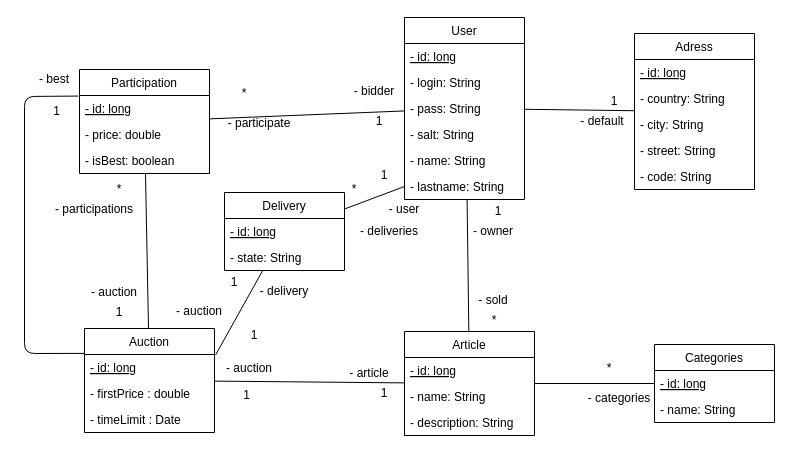
Above: doc/conception/persistence.drawio in Reynault/Auction-JEE (draw.io), before the change. Source tidied: cells renumbered, new cells numbered last; positions are measured from the earlier drawing's top-left corner, leaving out a move shared by most shapes. Both pictures are drawn from the tidied source at 100%, with x=0, y=0 at pixel (24, 17).
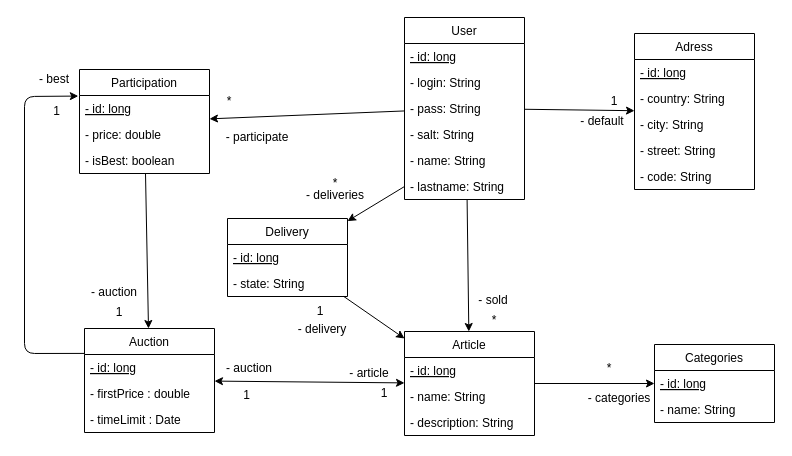
The same page after the edit.

Unchanged cells that the change refers to:
```xml
<mxCell id="41" value="User" style="swimlane;fontStyle=0;horizontal=1;startSize=26;fillColor=none;" parent="1" vertex="1">
  <mxGeometry x="380" width="120" height="182" as="geometry" />
</mxCell>
<mxCell id="47" value="- lastname: String" style="text;strokeColor=none;fillColor=none;align=left;verticalAlign=top;spacingLeft=4;spacingRight=4;overflow=hidden;points=[[0,0.5],[1,0.5]];portConstraint=eastwest;" parent="41" vertex="1">
  <mxGeometry y="156" width="120" height="26" as="geometry" />
</mxCell>
<mxCell id="51" value="Article" style="swimlane;fontStyle=0;horizontal=1;startSize=26;fillColor=none;" parent="1" vertex="1">
  <mxGeometry x="380" y="314" width="130" height="104" as="geometry" />
</mxCell>
<mxCell id="55" value="Adress" style="swimlane;fontStyle=0;horizontal=1;startSize=26;fillColor=none;" parent="1" vertex="1">
  <mxGeometry x="610" y="16" width="120" height="156" as="geometry" />
</mxCell>
<mxCell id="61" value="Categories" style="swimlane;fontStyle=0;horizontal=1;startSize=26;fillColor=none;" parent="1" vertex="1">
  <mxGeometry x="630" y="327" width="120" height="78" as="geometry" />
</mxCell>
<mxCell id="64" value="Auction" style="swimlane;fontStyle=0;horizontal=1;startSize=26;fillColor=none;" parent="1" vertex="1">
  <mxGeometry x="60" y="311" width="130" height="104" as="geometry" />
</mxCell>
<mxCell id="65" value="- id: long" style="text;strokeColor=none;fillColor=none;align=left;verticalAlign=top;spacingLeft=4;spacingRight=4;overflow=hidden;points=[[0,0.5],[1,0.5]];portConstraint=eastwest;fontStyle=4;" parent="64" vertex="1">
  <mxGeometry y="26" width="130" height="26" as="geometry" />
</mxCell>
<mxCell id="68" value="Participation" style="swimlane;fontStyle=0;horizontal=1;startSize=26;fillColor=none;" parent="1" vertex="1">
  <mxGeometry x="55" y="52" width="130" height="104" as="geometry" />
</mxCell>
<mxCell id="69" value="- id: long" style="text;strokeColor=none;fillColor=none;align=left;verticalAlign=top;spacingLeft=4;spacingRight=4;overflow=hidden;points=[[0,0.5],[1,0.5]];portConstraint=eastwest;fontStyle=4;" parent="68" vertex="1">
  <mxGeometry y="26" width="130" height="26" as="geometry" />
</mxCell>
```

The edit, as a diff of the source:
```diff
@@
-    <mxCell id="2" style="endArrow=none;html=1;endFill=0;" parent="1" edge="1" source="41" target="55">
+    <mxCell id="2" style="endArrow=classic;html=1;endFill=1;startArrow=none;startFill=0;" parent="1" edge="1" source="41" target="55">
       <mxGeometry relative="1" as="geometry" />
     </mxCell>
-    <mxCell id="3" style="endArrow=none;html=1;endFill=0;exitX=0.33;exitY=1;exitDx=0;exitDy=0;exitPerimeter=0;" parent="1" edge="1" target="51">
+    <mxCell id="3" style="endArrow=classic;html=1;endFill=1;exitX=0.33;exitY=1;exitDx=0;exitDy=0;exitPerimeter=0;startArrow=none;startFill=0;" parent="1" edge="1" target="51">
       <mxGeometry relative="1" as="geometry">
         <mxPoint x="442.6" y="182" as="sourcePoint" />
       </mxGeometry>
     </mxCell>
-    <mxCell id="4" style="endArrow=none;html=1;exitX=1.008;exitY=0.02;exitDx=0;exitDy=0;exitPerimeter=0;" parent="1" edge="1" source="65" target="48">
-      <mxGeometry relative="1" as="geometry" />
-    </mxCell>
-    <mxCell id="5" style="endArrow=none;html=1;startArrow=none;startFill=0;exitX=0;exitY=0.5;exitDx=0;exitDy=0;" parent="1" edge="1" source="47" target="48">
+    <mxCell id="5" style="endArrow=classic;html=1;startArrow=none;startFill=0;exitX=0;exitY=0.5;exitDx=0;exitDy=0;endFill=1;" parent="1" edge="1" source="47" target="48">
       <mxGeometry relative="1" as="geometry" />
     </mxCell>
@@
     <mxCell id="8" value="*" style="text;html=1;strokeColor=none;fillColor=none;align=center;verticalAlign=middle;whiteSpace=wrap;rounded=0;" parent="1" vertex="1">
-      <mxGeometry x="310" y="162" width="40" height="20" as="geometry" />
+      <mxGeometry x="291" y="156" width="40" height="20" as="geometry" />
     </mxCell>
-    <mxCell id="9" value="1" style="text;html=1;strokeColor=none;fillColor=none;align=center;verticalAlign=middle;whiteSpace=wrap;rounded=0;" parent="1" vertex="1">
-      <mxGeometry x="190" y="258" width="40" height="14" as="geometry" />
-    </mxCell>
@@
-    <mxCell id="11" value="1" style="text;html=1;strokeColor=none;fillColor=none;align=center;verticalAlign=middle;whiteSpace=wrap;rounded=0;" parent="1" vertex="1">
-      <mxGeometry x="454" y="184" width="40" height="20" as="geometry" />
-    </mxCell>
-    <mxCell id="12" value="1" style="text;html=1;strokeColor=none;fillColor=none;align=center;verticalAlign=middle;whiteSpace=wrap;rounded=0;" parent="1" vertex="1">
-      <mxGeometry x="340" y="148" width="40" height="20" as="geometry" />
-    </mxCell>
-    <mxCell id="13" style="endArrow=none;html=1;" parent="1" edge="1" source="61" target="51">
+    <mxCell id="13" style="endArrow=none;html=1;endFill=0;startArrow=classic;startFill=1;" parent="1" edge="1" source="61" target="51">
       <mxGeometry relative="1" as="geometry" />
     </mxCell>
@@
-    <mxCell id="16" value="- delivery" style="text;html=1;strokeColor=none;fillColor=none;align=center;verticalAlign=middle;whiteSpace=wrap;rounded=0;" parent="1" vertex="1">
-      <mxGeometry x="225" y="264" width="70" height="20" as="geometry" />
-    </mxCell>
     <mxCell id="17" value="- deliveries" style="text;html=1;strokeColor=none;fillColor=none;align=center;verticalAlign=middle;whiteSpace=wrap;rounded=0;" parent="1" vertex="1">
-      <mxGeometry x="330" y="204" width="70" height="20" as="geometry" />
+      <mxGeometry x="276" y="168" width="70" height="20" as="geometry" />
     </mxCell>
-    <mxCell id="18" value="- user" style="text;html=1;strokeColor=none;fillColor=none;align=center;verticalAlign=middle;whiteSpace=wrap;rounded=0;" parent="1" vertex="1">
-      <mxGeometry x="360" y="182" width="40" height="20" as="geometry" />
-    </mxCell>
@@
-    <mxCell id="20" value="- owner" style="text;html=1;strokeColor=none;fillColor=none;align=center;verticalAlign=middle;whiteSpace=wrap;rounded=0;" parent="1" vertex="1">
-      <mxGeometry x="444" y="204" width="50" height="20" as="geometry" />
-    </mxCell>
-    <mxCell id="21" style="endArrow=none;html=1;endFill=0;" parent="1" edge="1" source="41" target="68">
+    <mxCell id="21" style="endArrow=classic;html=1;endFill=1;startArrow=none;startFill=0;" parent="1" edge="1" source="41" target="68">
       <mxGeometry relative="1" as="geometry" />
     </mxCell>
-    <mxCell id="22" style="endArrow=none;html=1;endFill=0;" parent="1" edge="1" source="64" target="68">
+    <mxCell id="22" style="endArrow=none;html=1;endFill=0;startArrow=classic;startFill=1;" parent="1" edge="1" source="64" target="68">
       <mxGeometry relative="1" as="geometry" />
     </mxCell>
-    <mxCell id="23" value="1" style="text;html=1;strokeColor=none;fillColor=none;align=center;verticalAlign=middle;whiteSpace=wrap;rounded=0;" parent="1" vertex="1">
-      <mxGeometry x="335" y="94" width="40" height="20" as="geometry" />
-    </mxCell>
-    <mxCell id="24" value="- bidder" style="text;html=1;strokeColor=none;fillColor=none;align=center;verticalAlign=middle;whiteSpace=wrap;rounded=0;" parent="1" vertex="1">
-      <mxGeometry x="325" y="64" width="50" height="20" as="geometry" />
-    </mxCell>
@@
-    <mxCell id="26" value="- auction" style="text;html=1;strokeColor=none;fillColor=none;align=center;verticalAlign=middle;whiteSpace=wrap;rounded=0;" parent="1" vertex="1">
-      <mxGeometry x="150" y="284" width="50" height="20" as="geometry" />
-    </mxCell>
-    <mxCell id="27" value="*" style="text;html=1;strokeColor=none;fillColor=none;align=center;verticalAlign=middle;whiteSpace=wrap;rounded=0;" parent="1" vertex="1">
-      <mxGeometry x="75" y="162" width="40" height="20" as="geometry" />
-    </mxCell>
-    <mxCell id="28" value="- participations" style="text;html=1;strokeColor=none;fillColor=none;align=center;verticalAlign=middle;whiteSpace=wrap;rounded=0;" parent="1" vertex="1">
-      <mxGeometry x="25" y="182" width="90" height="20" as="geometry" />
-    </mxCell>
-    <mxCell id="29" style="endArrow=none;html=1;endFill=0;exitX=-0.001;exitY=-0.042;exitDx=0;exitDy=0;exitPerimeter=0;entryX=-0.009;entryY=0.022;entryDx=0;entryDy=0;entryPerimeter=0;" parent="1" edge="1" source="65" target="69">
+    <mxCell id="29" style="endArrow=classic;html=1;endFill=1;exitX=-0.001;exitY=-0.042;exitDx=0;exitDy=0;exitPerimeter=0;entryX=-0.009;entryY=0.022;entryDx=0;entryDy=0;entryPerimeter=0;startArrow=none;startFill=0;" parent="1" edge="1" source="65" target="69">
       <mxGeometry relative="1" as="geometry">
         <Array as="points">
           <mxPoint y="336" />
           <mxPoint y="79" />
         </Array>
       </mxGeometry>
     </mxCell>
@@
     <mxCell id="32" value="*" style="text;html=1;strokeColor=none;fillColor=none;align=center;verticalAlign=middle;whiteSpace=wrap;rounded=0;" parent="1" vertex="1">
-      <mxGeometry x="200" y="66" width="40" height="20" as="geometry" />
+      <mxGeometry x="185" y="74" width="40" height="20" as="geometry" />
     </mxCell>
     <mxCell id="33" value="- participate" style="text;html=1;strokeColor=none;fillColor=none;align=center;verticalAlign=middle;whiteSpace=wrap;rounded=0;" parent="1" vertex="1">
-      <mxGeometry x="190" y="96" width="90" height="20" as="geometry" />
+      <mxGeometry x="188" y="110" width="90" height="20" as="geometry" />
     </mxCell>
-    <mxCell id="34" value="1" style="text;html=1;strokeColor=none;fillColor=none;align=center;verticalAlign=middle;whiteSpace=wrap;rounded=0;" parent="1" vertex="1">
-      <mxGeometry x="210" y="311" width="40" height="14" as="geometry" />
-    </mxCell>
@@
-    <mxCell id="36" style="endArrow=none;html=1;endFill=0;" parent="1" edge="1" source="51" target="64">
+    <mxCell id="36" style="endArrow=classic;html=1;endFill=1;startArrow=classic;startFill=1;" parent="1" edge="1" source="51" target="64">
       <mxGeometry relative="1" as="geometry" />
     </mxCell>
@@
-    <mxCell id="48" value="Delivery" style="swimlane;fontStyle=0;horizontal=1;startSize=26;fillColor=none;" parent="1" vertex="1">
-      <mxGeometry x="200" y="175" width="120" height="78" as="geometry" />
-    </mxCell>
-    <mxCell id="49" value="- id: long" style="text;strokeColor=none;fillColor=none;align=left;verticalAlign=top;spacingLeft=4;spacingRight=4;overflow=hidden;fontStyle=4;" parent="48" vertex="1">
-      <mxGeometry y="26" width="120" height="26" as="geometry" />
-    </mxCell>
-    <mxCell id="50" value="- state: String" style="text;strokeColor=none;fillColor=none;align=left;verticalAlign=top;spacingLeft=4;spacingRight=4;overflow=hidden;fontStyle=0;" parent="48" vertex="1">
-      <mxGeometry y="52" width="120" height="26" as="geometry" />
-    </mxCell>
@@
+    <mxCell id="72" style="endArrow=none;html=1;endFill=0;startArrow=classic;startFill=1;" parent="1" edge="1" source="51" target="48">
+      <mxGeometry relative="1" as="geometry" />
+    </mxCell>
+    <mxCell id="73" value="1" style="text;html=1;strokeColor=none;fillColor=none;align=center;verticalAlign=middle;whiteSpace=wrap;rounded=0;" parent="1" vertex="1">
+      <mxGeometry x="276" y="284" width="40" height="20" as="geometry" />
+    </mxCell>
+    <mxCell id="16" value="- delivery" style="text;html=1;strokeColor=none;fillColor=none;align=center;verticalAlign=middle;whiteSpace=wrap;rounded=0;" parent="1" vertex="1">
+      <mxGeometry x="263" y="302" width="70" height="20" as="geometry" />
+    </mxCell>
+    <mxCell id="48" value="Delivery" style="swimlane;fontStyle=0;horizontal=1;startSize=26;fillColor=none;" parent="1" vertex="1">
+      <mxGeometry x="203" y="201" width="120" height="78" as="geometry" />
+    </mxCell>
+    <mxCell id="49" value="- id: long" style="text;strokeColor=none;fillColor=none;align=left;verticalAlign=top;spacingLeft=4;spacingRight=4;overflow=hidden;fontStyle=4;" parent="48" vertex="1">
+      <mxGeometry y="26" width="120" height="26" as="geometry" />
+    </mxCell>
+    <mxCell id="50" value="- state: String" style="text;strokeColor=none;fillColor=none;align=left;verticalAlign=top;spacingLeft=4;spacingRight=4;overflow=hidden;fontStyle=0;" parent="48" vertex="1">
+      <mxGeometry y="52" width="120" height="26" as="geometry" />
+    </mxCell>
```
